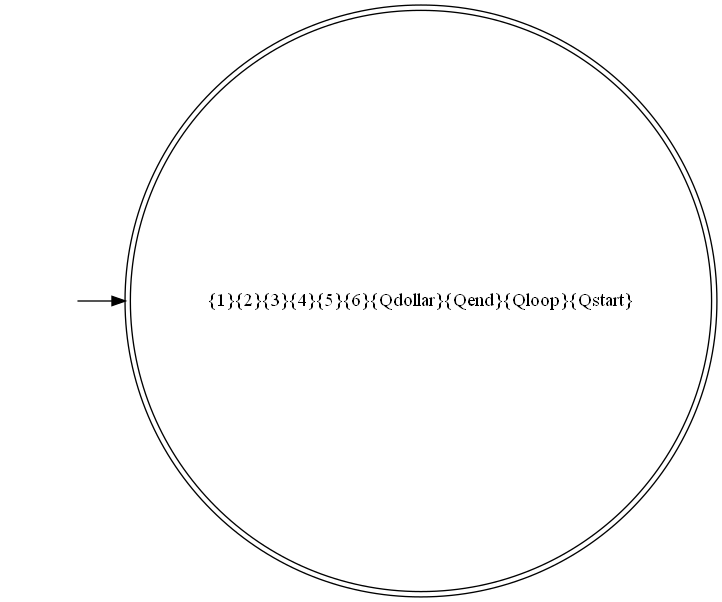
arjen0203/AutomataReader keeps this Graphviz diagram as Automate Picture/AutomataConvertedDFAPicture.dot.png. Above is the earlier version. Its source is kept beside it as Automate Picture/AutomataConvertedDFAPicture.dot.
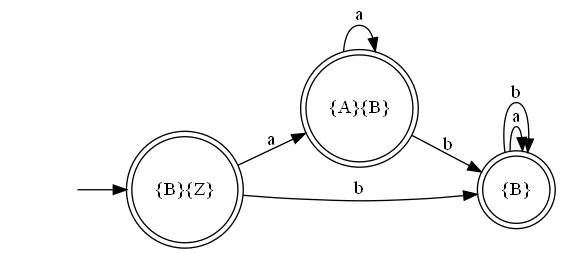
After the change.

The edit, as a diff of the source:
```diff
@@ -1,7 +1,15 @@
 digraph myAutomatonDFA {
 rankdir=LR;
 "" [shape=none]
-"{1}{2}{3}{4}{5}{6}{Qdollar}{Qend}{Qloop}{Qstart}" [shape=doublecircle]
+"{B}{Z}" [shape=doublecircle]
+"{A}{B}" [shape=doublecircle]
+"{B}" [shape=doublecircle]
 
-"" -> "{1}{2}{3}{4}{5}{6}{Qdollar}{Qend}{Qloop}{Qstart}"
+"" -> "{B}{Z}"
+"{B}{Z}" -> "{A}{B}" [label="a"]
+"{B}{Z}" -> "{B}" [label="b"]
+"{A}{B}" -> "{A}{B}" [label="a"]
+"{A}{B}" -> "{B}" [label="b"]
+"{B}" -> "{B}" [label="a"]
+"{B}" -> "{B}" [label="b"]
 }
```
